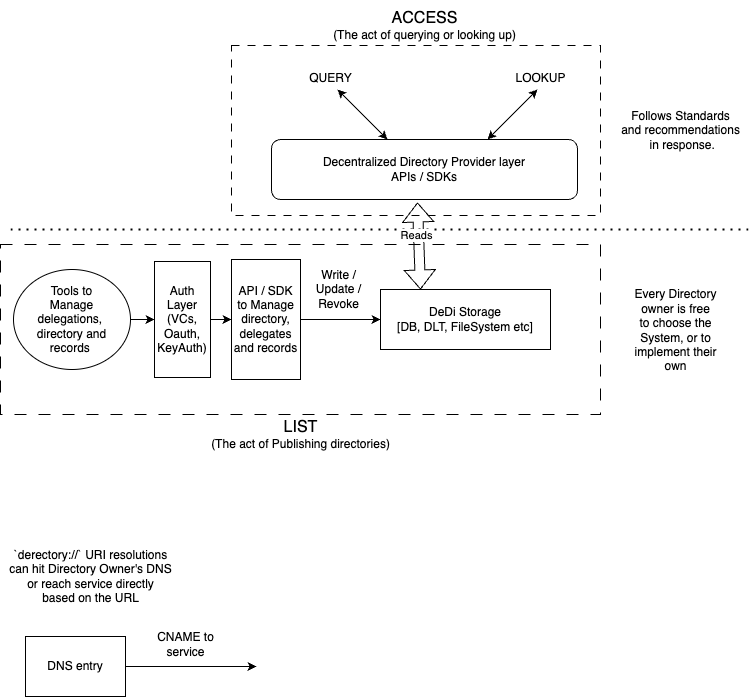
The draw.io diagram assets/dedi_ecosystem.png in finternet-io/DeDi, before a commit. Source tidied: cells renumbered, new cells last; positions are measured from the earlier drawing's top-left corner, leaving out a move shared by most shapes.
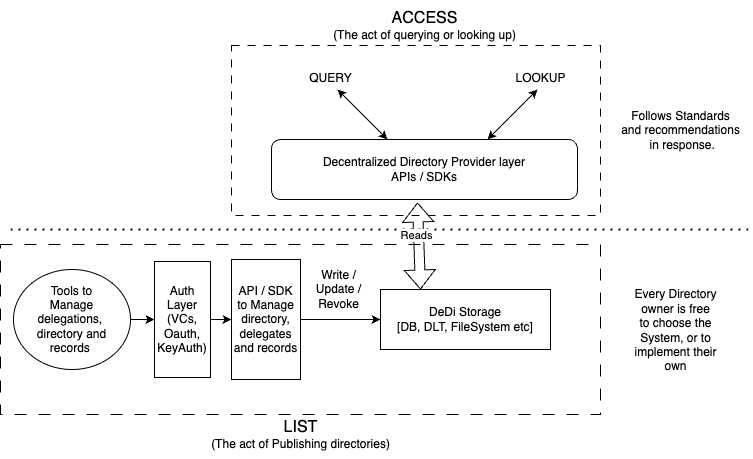
Above is the later version.

The edit, as a diff of the source:
```diff
@@ -75,20 +75,6 @@
     <mxCell id="21" value="Every Directory &lt;br&gt;owner is free &lt;br&gt;to choose the &lt;br&gt;System, or to &lt;br&gt;implement their &lt;br&gt;own" style="text;html=1;align=center;verticalAlign=middle;strokeColor=none;fillColor=none;" parent="1" vertex="1">
       <mxGeometry x="620" y="280" width="110" height="100" as="geometry" />
     </mxCell>
-    <mxCell id="22" style="edgeStyle=orthogonalEdgeStyle;rounded=0;jettySize=auto;html=1;" parent="1" edge="1" source="23">
-      <mxGeometry relative="1" as="geometry">
-        <mxPoint x="256" y="666" as="targetPoint" />
-      </mxGeometry>
-    </mxCell>
-    <mxCell id="23" value="DNS entry" style="rounded=0;whiteSpace=wrap;html=1;" parent="1" vertex="1">
-      <mxGeometry x="25" y="636" width="100" height="60" as="geometry" />
-    </mxCell>
-    <mxCell id="24" value="CNAME to &lt;br&gt;service" style="text;html=1;align=center;verticalAlign=middle;strokeColor=none;fillColor=none;" parent="1" vertex="1">
-      <mxGeometry x="145" y="624" width="80" height="40" as="geometry" />
-    </mxCell>
-    <mxCell id="25" value="`derectory://` URI resolutions&lt;br&gt;can hit Directory Owner's DNS &lt;br&gt;or reach service directly &lt;br&gt;based on the URL" style="text;html=1;align=center;verticalAlign=middle;strokeColor=none;fillColor=none;" parent="1" vertex="1">
-      <mxGeometry y="542" width="180" height="68" as="geometry" />
-    </mxCell>
     <mxCell id="26" value="ACCESS&lt;div style=&quot;font-size: 12px;&quot;&gt;(The act of querying or looking up)&lt;/div&gt;" style="text;html=1;align=center;verticalAlign=middle;strokeColor=none;fillColor=none;fontSize=16;" parent="1" vertex="1">
       <mxGeometry x="319" width="210" height="50" as="geometry" />
     </mxCell>
```
